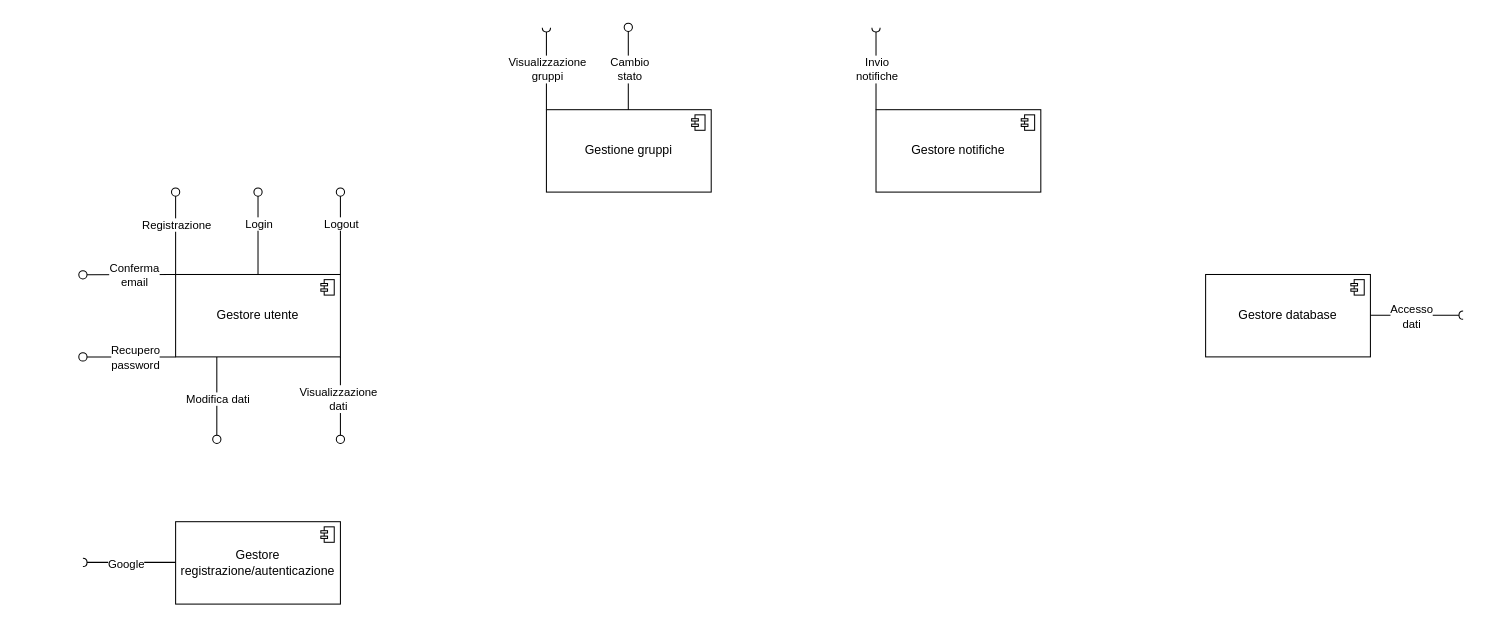
The draw.io diagram Components_diagram.drawio in andreapedrini01/Ingegneria-del-Software, before the edit. Source tidied: cells renumbered, new cells numbered last; positions are measured from the earlier drawing's top-left corner, leaving out a move shared by most shapes. Both pictures are drawn from the tidied source at 103%, with x=0, y=0 at pixel (82, 27).
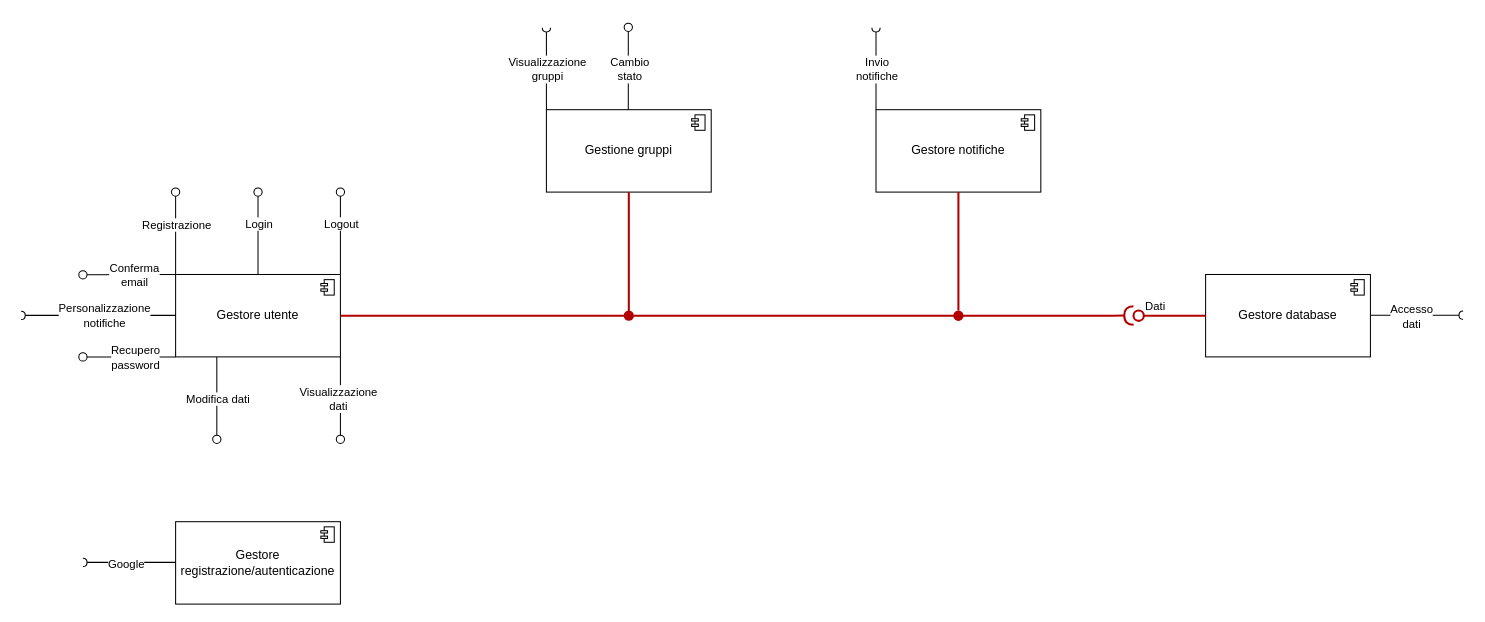
The same diagram, later.

Unchanged cells that the change refers to:
```xml
<mxCell id="17" value="Gestore utente" style="html=1;outlineConnect=0;whiteSpace=wrap;shape=mxgraph.archimate3.application;appType=comp;archiType=square;" parent="1" vertex="1">
  <mxGeometry x="90" y="240" width="160" height="80" as="geometry" />
</mxCell>
<mxCell id="20" value="Gestore database" style="html=1;outlineConnect=0;whiteSpace=wrap;shape=mxgraph.archimate3.application;appType=comp;archiType=square;" parent="1" vertex="1">
  <mxGeometry x="1090" y="240" width="160" height="80" as="geometry" />
</mxCell>
<mxCell id="23" value="Gestione gruppi" style="html=1;outlineConnect=0;whiteSpace=wrap;shape=mxgraph.archimate3.application;appType=comp;archiType=square;" parent="1" vertex="1">
  <mxGeometry x="450" y="80" width="160" height="80" as="geometry" />
</mxCell>
<mxCell id="26" value="Gestore notifiche" style="html=1;outlineConnect=0;whiteSpace=wrap;shape=mxgraph.archimate3.application;appType=comp;archiType=square;" parent="1" vertex="1">
  <mxGeometry x="770" y="80" width="160" height="80" as="geometry" />
</mxCell>
```

Change to the diagram source:
```diff
@@
+    <mxCell id="31" style="html=1;verticalAlign=bottom;labelBackgroundColor=none;endArrow=halfCircle;endFill=0;endSize=2;rounded=0;exitX=0;exitY=0.5;exitDx=0;exitDy=0;exitPerimeter=0;" parent="1" edge="1">
+      <mxGeometry relative="1" as="geometry">
+        <mxPoint x="90" y="279.7" as="sourcePoint" />
+        <mxPoint x="-60" y="279.7" as="targetPoint" />
+      </mxGeometry>
+    </mxCell>
+    <mxCell id="32" value="Personalizzazione&lt;div&gt;notifiche&lt;/div&gt;" style="edgeLabel;html=1;align=center;verticalAlign=middle;" parent="31" vertex="1">
+      <mxGeometry x="-0.33" relative="1" as="geometry">
+        <mxPoint x="-20" as="offset" />
+      </mxGeometry>
+    </mxCell>
+    <mxCell id="33" style="rounded=0;jettySize=auto;html=1;endArrow=halfCircle;endFill=0;endSize=6;strokeWidth=2;sketch=0;fillColor=#e51400;strokeColor=#B20000;" parent="1" edge="1" source="40">
+      <mxGeometry relative="1" as="geometry">
+        <mxPoint x="1020" y="279.8" as="targetPoint" />
+        <Array as="points">
+          <mxPoint x="1000" y="280" />
+        </Array>
+      </mxGeometry>
+    </mxCell>
+    <mxCell id="34" style="rounded=0;jettySize=auto;html=1;endArrow=oval;endFill=0;sketch=0;sourcePerimeterSpacing=0;targetPerimeterSpacing=0;endSize=10;exitX=0;exitY=0.5;exitDx=0;exitDy=0;exitPerimeter=0;entryX=0.465;entryY=1.026;entryDx=0;entryDy=0;entryPerimeter=0;fillColor=#e51400;strokeColor=#B20000;curved=0;strokeWidth=2;" parent="1" edge="1" source="20" target="36">
+      <mxGeometry relative="1" as="geometry" />
+    </mxCell>
+    <mxCell id="35" value="Dati" style="edgeLabel;html=1;align=center;verticalAlign=middle;" parent="34" vertex="1">
+      <mxGeometry x="-0.46" relative="1" as="geometry">
+        <mxPoint x="-32" y="-10" as="offset" />
+      </mxGeometry>
+    </mxCell>
+    <mxCell id="36" style="ellipse;whiteSpace=wrap;html=1;align=center;fillColor=none;strokeColor=none;perimeter=centerPerimeter;points=[];outlineConnect=1;" parent="1" vertex="1">
+      <mxGeometry x="1020" y="275" width="10" height="10" as="geometry" />
+    </mxCell>
+    <mxCell id="37" style="endArrow=none;html=1;rounded=0;entryX=0.5;entryY=1;entryDx=0;entryDy=0;entryPerimeter=0;fillColor=#e51400;strokeColor=#B20000;strokeWidth=2;" parent="1" edge="1" source="39" target="26">
+      <mxGeometry relative="1" as="geometry" />
+    </mxCell>
+    <mxCell id="38" style="endArrow=none;html=1;rounded=0;entryX=0.5;entryY=1;entryDx=0;entryDy=0;entryPerimeter=0;fillColor=#e51400;strokeColor=#B20000;strokeWidth=2;" parent="1" edge="1" target="39">
+      <mxGeometry relative="1" as="geometry">
+        <mxPoint x="850" y="280" as="sourcePoint" />
+      </mxGeometry>
+    </mxCell>
+    <mxCell id="39" style="ellipse;whiteSpace=wrap;html=1;fillColor=#B20000;fontColor=#ffffff;strokeColor=none;gradientColor=none;" parent="1" vertex="1">
+      <mxGeometry x="845" y="275" width="10" height="10" as="geometry" />
+    </mxCell>
+    <mxCell id="40" style="ellipse;whiteSpace=wrap;html=1;fillColor=#B20000;fontColor=#ffffff;strokeColor=none;gradientColor=none;" parent="1" vertex="1">
+      <mxGeometry x="525" y="275" width="10" height="10" as="geometry" />
+    </mxCell>
+    <mxCell id="41" style="endArrow=none;html=1;rounded=0;fillColor=#e51400;strokeColor=#B20000;strokeWidth=2;exitX=1;exitY=0.5;exitDx=0;exitDy=0;exitPerimeter=0;" parent="1" edge="1" source="17">
+      <mxGeometry relative="1" as="geometry">
+        <mxPoint x="530" y="280" as="targetPoint" />
+      </mxGeometry>
+    </mxCell>
+    <mxCell id="42" style="endArrow=none;html=1;rounded=0;entryX=0.5;entryY=1;entryDx=0;entryDy=0;entryPerimeter=0;fillColor=#e51400;strokeColor=#B20000;strokeWidth=2;" parent="1" edge="1" target="23">
+      <mxGeometry relative="1" as="geometry">
+        <mxPoint x="530" y="280" as="sourcePoint" />
+      </mxGeometry>
+    </mxCell>
```
